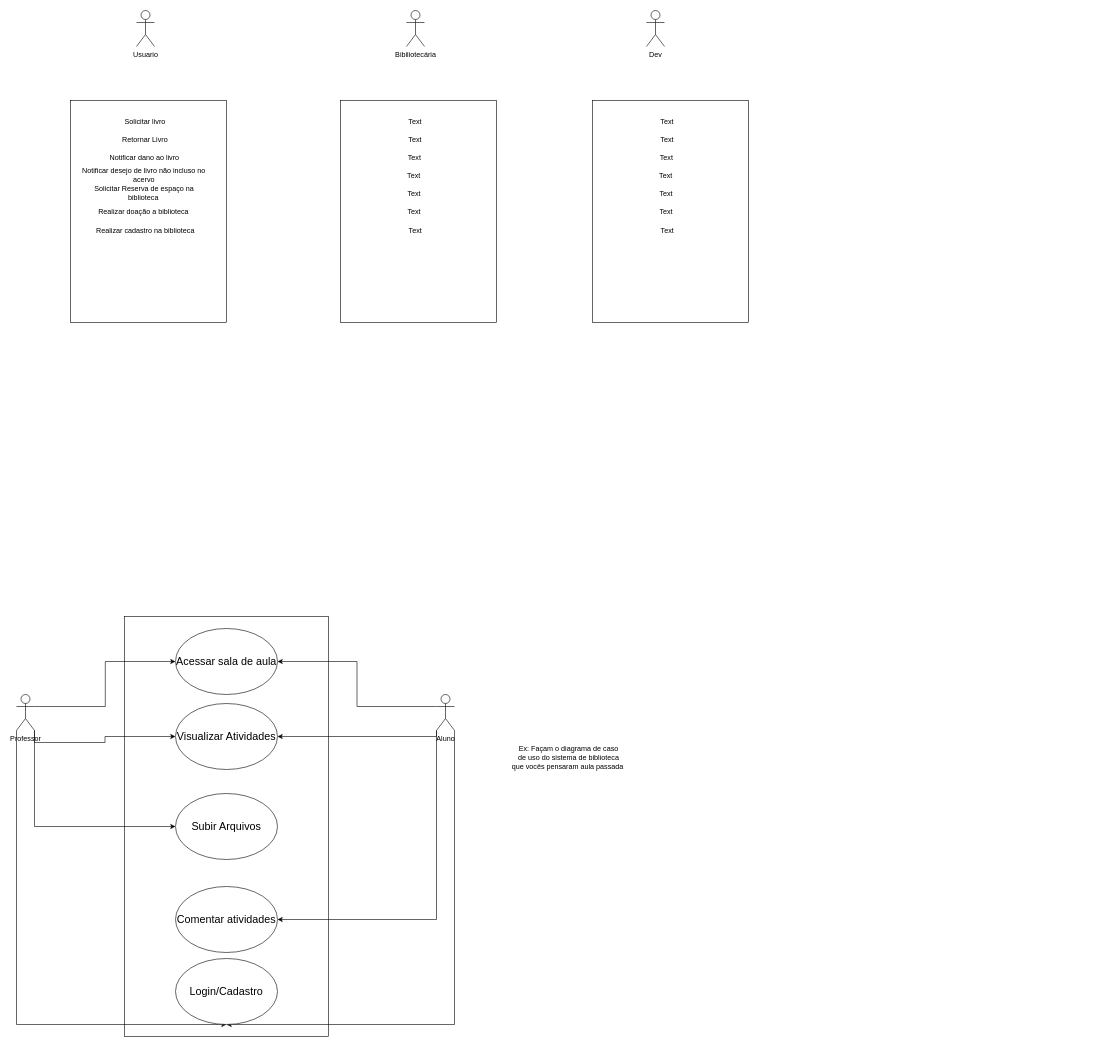
This is Diagrama sem nome.drawio from CodeCenter-TADS-UERJ-ZO/C, a draw.io file, before an edit. Source tidied: cells renumbered, new cells numbered last; positions are measured from the earlier drawing's top-left corner, leaving out a move shared by most shapes. Both pictures are drawn from the tidied source at 60%, with x=0, y=0 at pixel (16, 10).
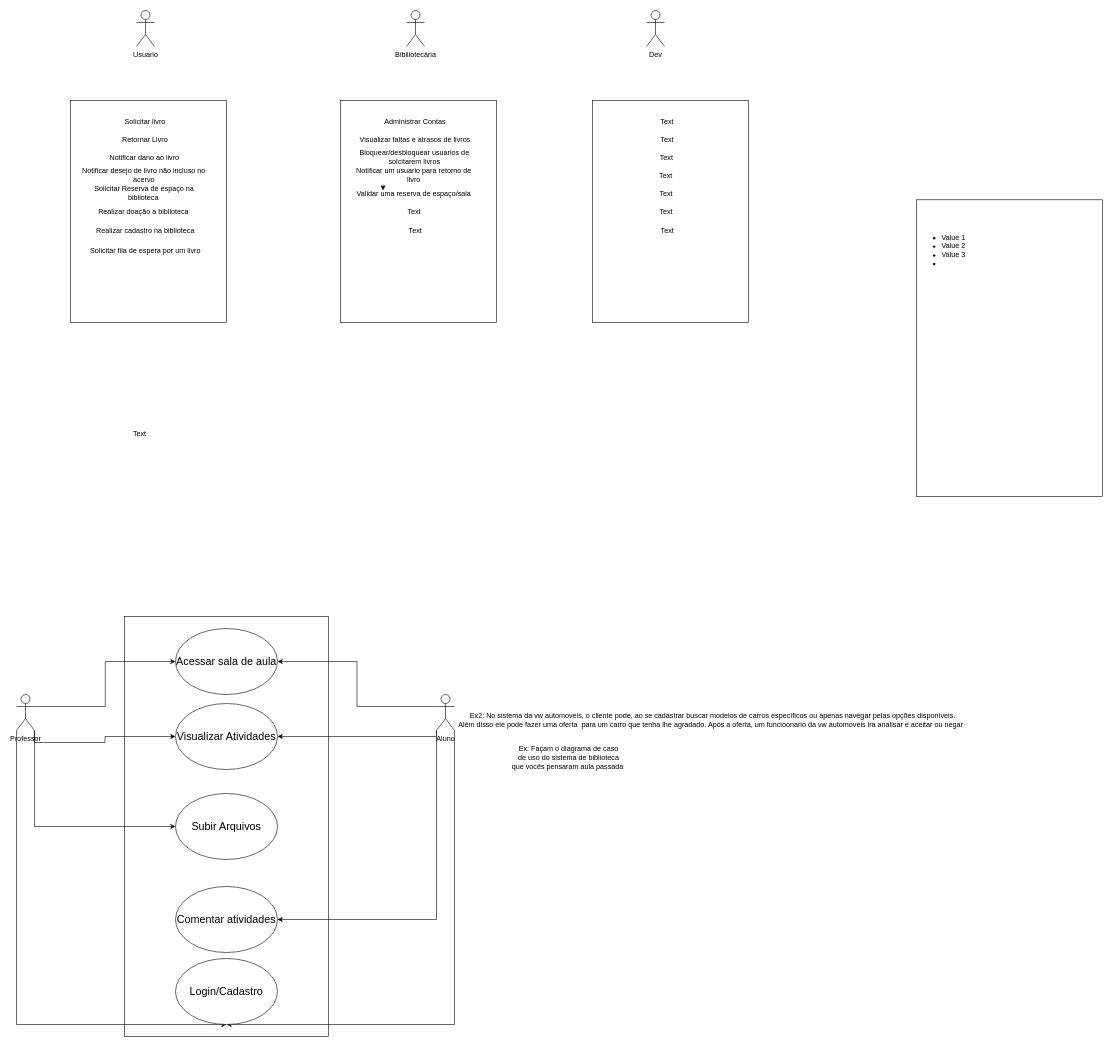
After the change.

Change to the diagram source:
```diff
@@
-    <mxCell id="31" value="Text" style="text;html=1;strokeColor=none;fillColor=none;align=center;verticalAlign=middle;whiteSpace=wrap;rounded=0;" parent="1" vertex="1">
+    <mxCell id="31" value="Administrar Contas" style="text;html=1;strokeColor=none;fillColor=none;align=center;verticalAlign=middle;whiteSpace=wrap;rounded=0;" parent="1" vertex="1">
       <mxGeometry x="557" y="170" width="215" height="30" as="geometry" />
     </mxCell>
-    <mxCell id="32" value="Text" style="text;html=1;strokeColor=none;fillColor=none;align=center;verticalAlign=middle;whiteSpace=wrap;rounded=0;" parent="1" vertex="1">
+    <mxCell id="32" value="Visualizar faltas e atrasos de livros" style="text;html=1;strokeColor=none;fillColor=none;align=center;verticalAlign=middle;whiteSpace=wrap;rounded=0;" parent="1" vertex="1">
       <mxGeometry x="557" y="200" width="215" height="30" as="geometry" />
     </mxCell>
-    <mxCell id="33" value="Text" style="text;html=1;strokeColor=none;fillColor=none;align=center;verticalAlign=middle;whiteSpace=wrap;rounded=0;" parent="1" vertex="1">
+    <mxCell id="33" value="Bloquear/desbloquear usuarios de solcitarem livros" style="text;html=1;strokeColor=none;fillColor=none;align=center;verticalAlign=middle;whiteSpace=wrap;rounded=0;" parent="1" vertex="1">
       <mxGeometry x="557.5" y="230" width="211" height="30" as="geometry" />
     </mxCell>
-    <mxCell id="34" value="Text" style="text;html=1;strokeColor=none;fillColor=none;align=center;verticalAlign=middle;whiteSpace=wrap;rounded=0;" parent="1" vertex="1">
+    <mxCell id="34" value="Notificar um usuario para retorno de livro" style="text;html=1;strokeColor=none;fillColor=none;align=center;verticalAlign=middle;whiteSpace=wrap;rounded=0;" parent="1" vertex="1">
       <mxGeometry x="558" y="260" width="209" height="30" as="geometry" />
     </mxCell>
-    <mxCell id="35" value="Text" style="text;html=1;strokeColor=none;fillColor=none;align=center;verticalAlign=middle;whiteSpace=wrap;rounded=0;" parent="1" vertex="1">
-      <mxGeometry x="559" y="290" width="208" height="30" as="geometry" />
+    <mxCell id="35" value="Validar uma reserva de espaço/sala" style="text;html=1;strokeColor=none;fillColor=none;align=center;verticalAlign=middle;whiteSpace=wrap;rounded=0;" parent="1" vertex="1">
+      <mxGeometry x="559" y="290" width="207" height="30" as="geometry" />
     </mxCell>
@@
+    <mxCell id="46" value="Solicitar fila de espera por um livro" style="text;html=1;strokeColor=none;fillColor=none;align=center;verticalAlign=middle;whiteSpace=wrap;rounded=0;" parent="1" vertex="1">
+      <mxGeometry x="110.5" y="383" width="208" height="35" as="geometry" />
+    </mxCell>
+    <mxCell id="47" style="edgeStyle=orthogonalEdgeStyle;rounded=0;orthogonalLoop=1;jettySize=auto;html=1;exitX=0.25;exitY=0;exitDx=0;exitDy=0;entryX=0.252;entryY=0.333;entryDx=0;entryDy=0;entryPerimeter=0;" parent="1" edge="1" source="35" target="35">
+      <mxGeometry relative="1" as="geometry" />
+    </mxCell>
+    <mxCell id="48" style="rounded=0;whiteSpace=wrap;html=1;" parent="1" vertex="1">
+      <mxGeometry x="1500" y="315.5" width="310" height="494.5" as="geometry" />
+    </mxCell>
+    <mxCell id="49" value="&lt;ul&gt;&lt;li&gt;Value 1&lt;/li&gt;&lt;li&gt;Value 2&lt;/li&gt;&lt;li&gt;Value 3&lt;/li&gt;&lt;li&gt;&lt;br&gt;&lt;/li&gt;&lt;/ul&gt;" style="text;strokeColor=none;fillColor=none;html=1;whiteSpace=wrap;verticalAlign=middle;overflow=hidden;" parent="1" vertex="1">
+      <mxGeometry x="1500" y="320" width="220" height="160" as="geometry" />
+    </mxCell>
+    <mxCell id="50" value="Text" style="text;html=1;align=center;verticalAlign=middle;strokeColor=none;fillColor=none;" parent="1" vertex="1">
+      <mxGeometry x="180" y="690" width="50" height="30" as="geometry" />
+    </mxCell>
+    <mxCell id="51" value="Ex2: No sistema da vw automoveis, o cliente pode, ao se cadastrar buscar modelos de carros específicos ou apenas navegar pelas opções disponíveis. &lt;br&gt;Além disso ele pode fazer uma oferta&amp;nbsp; para um carro que tenha lhe agradado. Após a oferta, um funcioonario da vw automoveis ira analisar e aceitar ou negar&amp;nbsp;&amp;nbsp;&lt;br&gt;" style="text;html=1;align=center;verticalAlign=middle;strokeColor=none;fillColor=none;" parent="1" vertex="1">
+      <mxGeometry x="725" y="1163" width="870" height="40" as="geometry" />
+    </mxCell>
```
